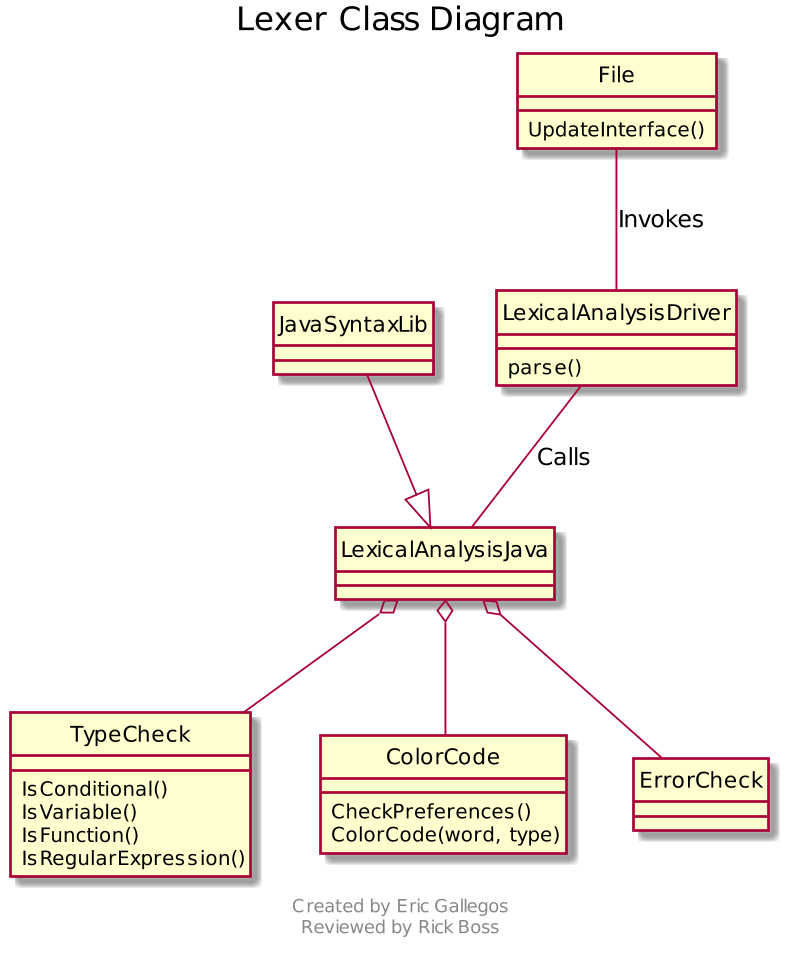
uidaho/cs383 keeps this PlantUML diagram as Deliverables/Master Requirements Specification/diagrams/class-lexer.png. Above is the earlier version. Source of this version:
```plantuml
@startuml
scale 800 width
title Lexer Class Diagram
hide circle
footer
Created by Eric Gallegos
Reviewed by Rick Boss
endfooter

class File{
UpdateInterface()
}

File -- LexicalAnalysisDriver : "Invokes"

class LexicalAnalysisDriver{
parse()
}

LexicalAnalysisDriver -- LexicalAnalysisJava : "Calls"

class TypeCheck{
IsConditional()
IsVariable()
IsFunction()
IsRegularExpression()
}

class ColorCode{
CheckPreferences()
ColorCode(word, type)
}

LexicalAnalysisJava <|-u- JavaSyntaxLib

LexicalAnalysisJava o-- TypeCheck
LexicalAnalysisJava o-- ColorCode
LexicalAnalysisJava o-- ErrorCheck

@enduml
```
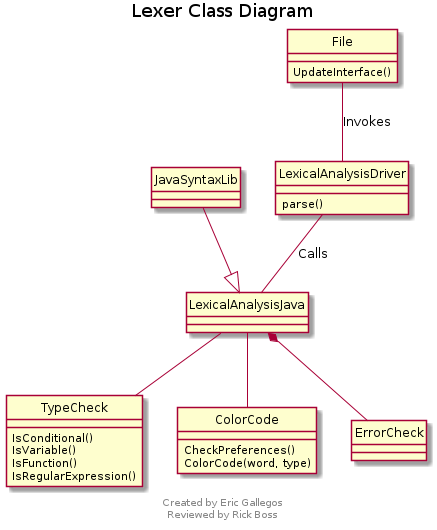
Above is the later version.

What changed in the source:
```diff
@@ -1,7 +1,15 @@
 @startuml
-scale 800 width
+scale max 700 width
 title Lexer Class Diagram
 hide circle
+
+footer
+Created by: Eric Gallegos (gall7417)
+Reviewed by: Rick Boss (boss2849)
+Audit 04-11-2016 by: Ben Bolton (bolt1003)
+Updated John Snevily (snev7821)
+endfooter
+
 footer
 Created by Eric Gallegos
 Reviewed by Rick Boss
@@ -33,8 +41,8 @@
 
 LexicalAnalysisJava <|-u- JavaSyntaxLib
 
-LexicalAnalysisJava o-- TypeCheck
-LexicalAnalysisJava o-- ColorCode
-LexicalAnalysisJava o-- ErrorCheck
+LexicalAnalysisJava -- TypeCheck
+LexicalAnalysisJava -- ColorCode
+LexicalAnalysisJava *-- ErrorCheck
 
 @enduml
```
